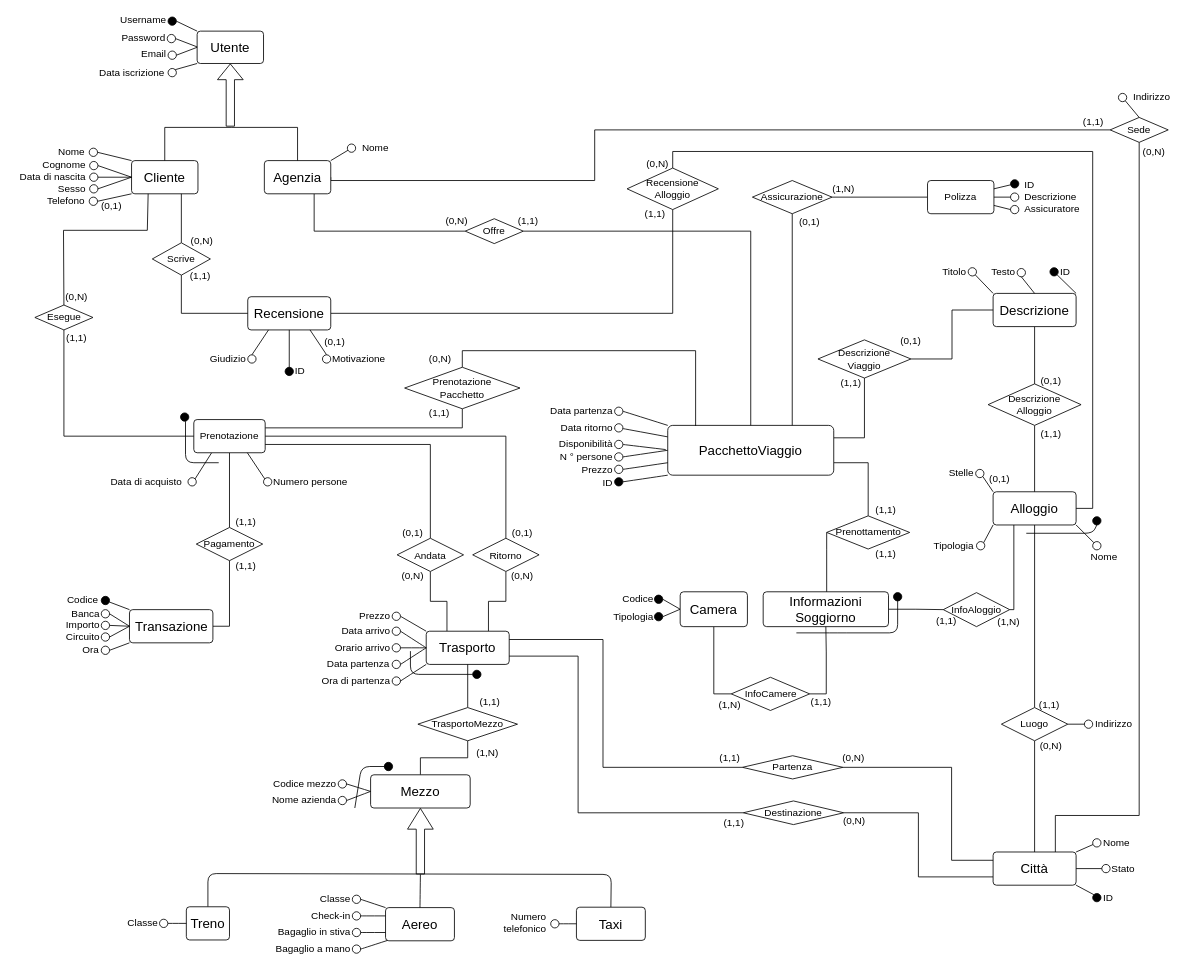
This is ER/ER.drawio from bustre/Easy-travel, a draw.io file, before an edit. Source tidied: cells renumbered, new cells numbered last; positions are measured from the earlier drawing's top-left corner, leaving out a move shared by most shapes. Both pictures are drawn from the tidied source at 83%, with x=0, y=0 at pixel (14, 16).
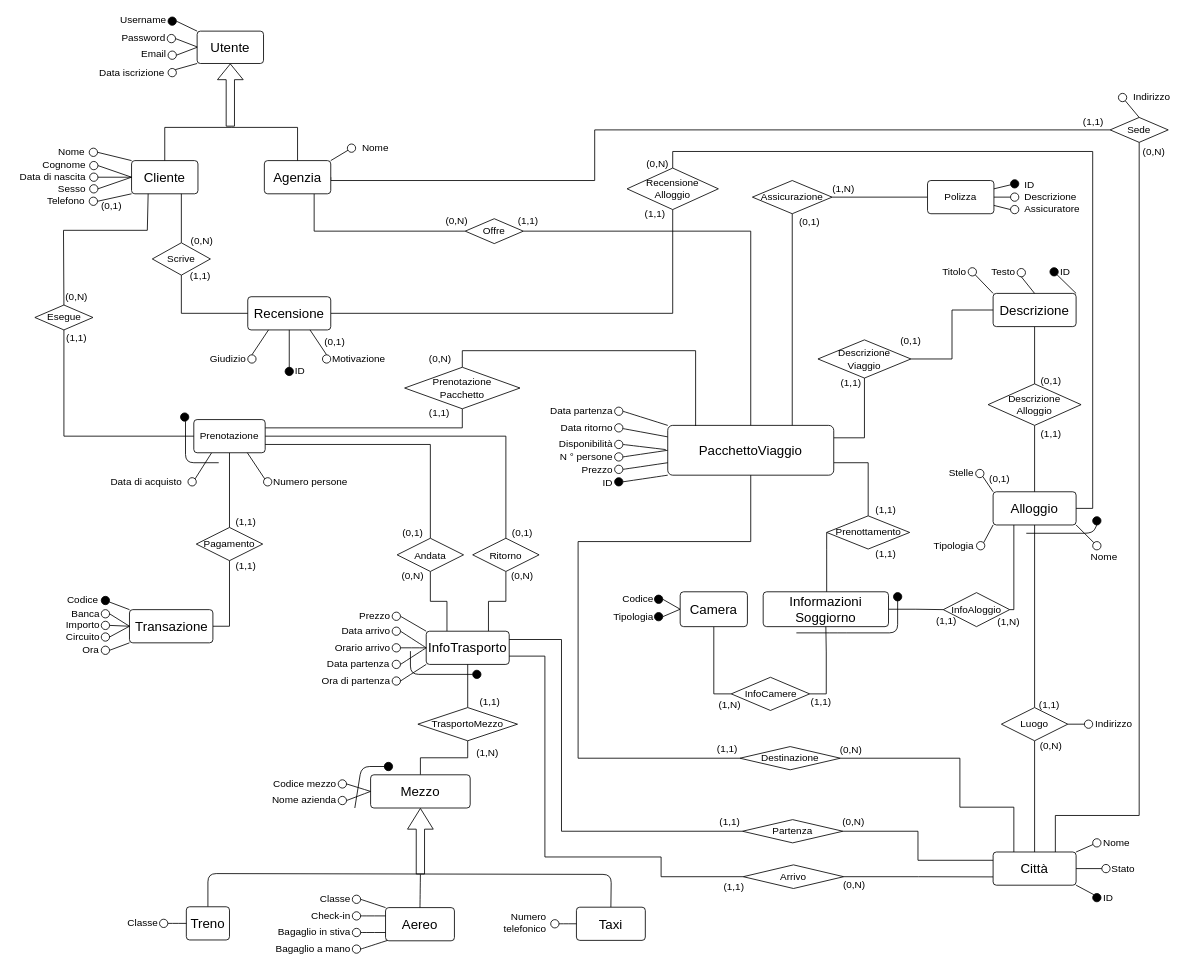
After the change.

The change refers to these unchanged cells:
```xml
<mxCell id="5" value="PacchettoViaggio" style="rounded=1;arcSize=10;whiteSpace=wrap;html=1;align=center;fontSize=16;" parent="1" vertex="1">
  <mxGeometry x="787" y="493" width="200" height="60" as="geometry" />
</mxCell>
<mxCell id="83" value="Città" style="rounded=1;arcSize=10;whiteSpace=wrap;html=1;align=center;fontSize=16;" parent="1" vertex="1">
  <mxGeometry x="1179" y="1007" width="100" height="40" as="geometry" />
</mxCell>
```

Change to the diagram source:
```diff
@@
     <mxCell id="2" value="(0,N)" style="text;html=1;strokeColor=none;fillColor=none;align=center;verticalAlign=middle;whiteSpace=wrap;rounded=0;fontSize=12;" parent="1" vertex="1">
-      <mxGeometry x="981" y="879" width="60" height="30" as="geometry" />
+      <mxGeometry x="981" y="956" width="60" height="30" as="geometry" />
     </mxCell>
@@
-    <mxCell id="26" value="Trasporto" style="rounded=1;arcSize=10;whiteSpace=wrap;html=1;align=center;fontSize=16;" parent="1" vertex="1">
+    <mxCell id="26" value="InfoTrasporto" style="rounded=1;arcSize=10;whiteSpace=wrap;html=1;align=center;fontSize=16;" parent="1" vertex="1">
       <mxGeometry x="496" y="741" width="100" height="40" as="geometry" />
     </mxCell>
@@
     <mxCell id="80" value="(1,1)" style="text;html=1;strokeColor=none;fillColor=none;align=center;verticalAlign=middle;whiteSpace=wrap;rounded=0;fontSize=12;" parent="1" vertex="1">
-      <mxGeometry x="832" y="879" width="60" height="30" as="geometry" />
+      <mxGeometry x="832" y="956" width="60" height="30" as="geometry" />
     </mxCell>
     <mxCell id="81" value="(1,1)" style="text;html=1;strokeColor=none;fillColor=none;align=center;verticalAlign=middle;whiteSpace=wrap;rounded=0;fontSize=12;" parent="1" vertex="1">
-      <mxGeometry x="837" y="957" width="60" height="30" as="geometry" />
+      <mxGeometry x="837" y="1034" width="60" height="30" as="geometry" />
     </mxCell>
     <mxCell id="82" value="(0,N)" style="text;html=1;strokeColor=none;fillColor=none;align=center;verticalAlign=middle;whiteSpace=wrap;rounded=0;fontSize=12;" parent="1" vertex="1">
-      <mxGeometry x="982" y="955" width="60" height="30" as="geometry" />
+      <mxGeometry x="982" y="1032" width="60" height="30" as="geometry" />
     </mxCell>
@@
     <mxCell id="154" style="edgeStyle=orthogonalEdgeStyle;rounded=0;jettySize=auto;html=1;exitX=1;exitY=0.5;exitDx=0;exitDy=0;entryX=0;entryY=0.25;entryDx=0;entryDy=0;endArrow=none;endFill=0;" parent="1" edge="1" source="156" target="83">
-      <mxGeometry relative="1" as="geometry">
-        <Array as="points">
-          <mxPoint x="1129" y="905" />
-          <mxPoint x="1129" y="1017" />
-        </Array>
-      </mxGeometry>
+      <mxGeometry relative="1" as="geometry" />
     </mxCell>
     <mxCell id="155" style="edgeStyle=orthogonalEdgeStyle;rounded=0;jettySize=auto;html=1;exitX=0;exitY=0.5;exitDx=0;exitDy=0;entryX=1;entryY=0.25;entryDx=0;entryDy=0;endArrow=none;endFill=0;" parent="1" edge="1" source="156" target="26">
       <mxGeometry relative="1" as="geometry">
         <Array as="points">
-          <mxPoint x="709" y="905" />
-          <mxPoint x="709" y="751" />
+          <mxPoint x="659" y="982" />
+          <mxPoint x="659" y="751" />
         </Array>
       </mxGeometry>
     </mxCell>
     <mxCell id="156" value="Partenza" style="shape=rhombus;perimeter=rhombusPerimeter;whiteSpace=wrap;html=1;align=center;fontSize=12;" parent="1" vertex="1">
-      <mxGeometry x="877" y="891" width="121" height="28" as="geometry" />
+      <mxGeometry x="877" y="968" width="121" height="28" as="geometry" />
     </mxCell>
@@
     <mxCell id="279" style="edgeStyle=orthogonalEdgeStyle;rounded=0;jettySize=auto;html=1;exitX=0;exitY=0.5;exitDx=0;exitDy=0;entryX=1;entryY=0.75;entryDx=0;entryDy=0;endArrow=none;endFill=0;" parent="1" edge="1" source="280" target="26">
       <mxGeometry relative="1" as="geometry">
         <Array as="points">
-          <mxPoint x="679" y="960" />
-          <mxPoint x="679" y="771" />
+          <mxPoint x="779" y="1037" />
+          <mxPoint x="779" y="1013" />
+          <mxPoint x="639" y="1013" />
+          <mxPoint x="639" y="771" />
         </Array>
       </mxGeometry>
     </mxCell>
-    <mxCell id="280" value="Destinazione" style="shape=rhombus;perimeter=rhombusPerimeter;whiteSpace=wrap;align=center;fontSize=12;verticalAlign=middle;" parent="1" vertex="1">
-      <mxGeometry x="878" y="945.5" width="121" height="28.5" as="geometry" />
+    <mxCell id="280" value="Arrivo" style="shape=rhombus;perimeter=rhombusPerimeter;whiteSpace=wrap;align=center;fontSize=12;verticalAlign=middle;" parent="1" vertex="1">
+      <mxGeometry x="878" y="1022.5" width="121" height="28.5" as="geometry" />
     </mxCell>
@@
+    <mxCell id="308" value="(0,N)" style="text;html=1;strokeColor=none;fillColor=none;align=center;verticalAlign=middle;whiteSpace=wrap;rounded=0;fontSize=12;" parent="1" vertex="1">
+      <mxGeometry x="978" y="869" width="60" height="30" as="geometry" />
+    </mxCell>
+    <mxCell id="309" value="(1,1)" style="text;html=1;strokeColor=none;fillColor=none;align=center;verticalAlign=middle;whiteSpace=wrap;rounded=0;fontSize=12;" parent="1" vertex="1">
+      <mxGeometry x="829" y="868" width="60" height="30" as="geometry" />
+    </mxCell>
+    <mxCell id="310" style="edgeStyle=orthogonalEdgeStyle;rounded=0;jettySize=auto;html=1;exitX=1;exitY=0.5;exitDx=0;exitDy=0;entryX=0.25;entryY=0;entryDx=0;entryDy=0;endArrow=none;endFill=0;" parent="1" edge="1" source="312" target="83">
+      <mxGeometry relative="1" as="geometry">
+        <Array as="points">
+          <mxPoint x="1139" y="894" />
+          <mxPoint x="1139" y="953" />
+          <mxPoint x="1204" y="953" />
+        </Array>
+      </mxGeometry>
+    </mxCell>
+    <mxCell id="311" style="edgeStyle=orthogonalEdgeStyle;rounded=0;jettySize=auto;html=1;exitX=0;exitY=0.5;exitDx=0;exitDy=0;endArrow=none;endFill=0;" parent="1" edge="1" source="312" target="5">
+      <mxGeometry relative="1" as="geometry">
+        <Array as="points">
+          <mxPoint x="679" y="894" />
+          <mxPoint x="679" y="633" />
+          <mxPoint x="887" y="633" />
+        </Array>
+      </mxGeometry>
+    </mxCell>
+    <mxCell id="312" value="Destinazione" style="shape=rhombus;perimeter=rhombusPerimeter;whiteSpace=wrap;html=1;align=center;fontSize=12;" parent="1" vertex="1">
+      <mxGeometry x="874" y="880" width="121" height="28" as="geometry" />
+    </mxCell>
```
